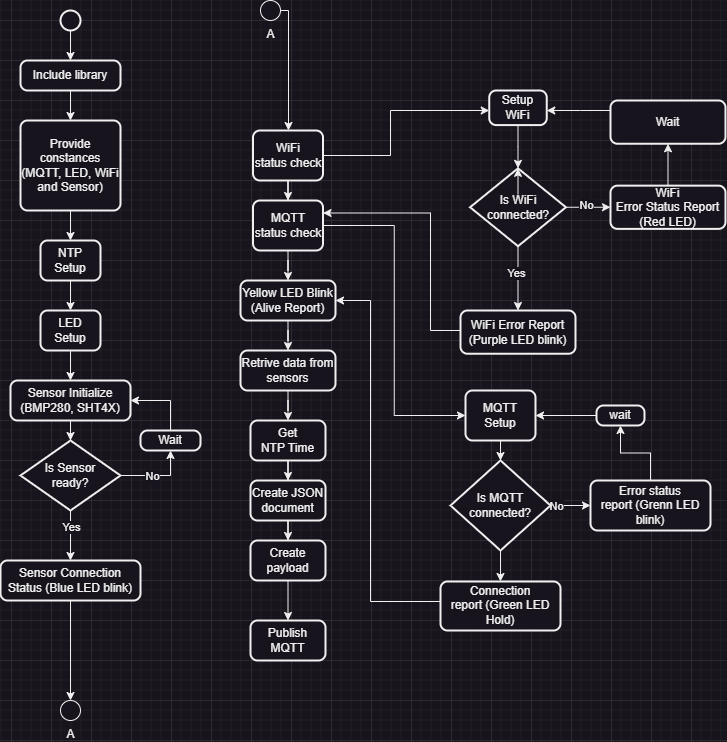
Before: resources/FlowIoT.drawio.png, a diagram exported from draw.io (SiriwatHuntra/iotclass67). Source tidied: cells renumbered, new cells last; positions are measured from the earlier drawing's top-left corner, leaving out a move shared by most shapes.
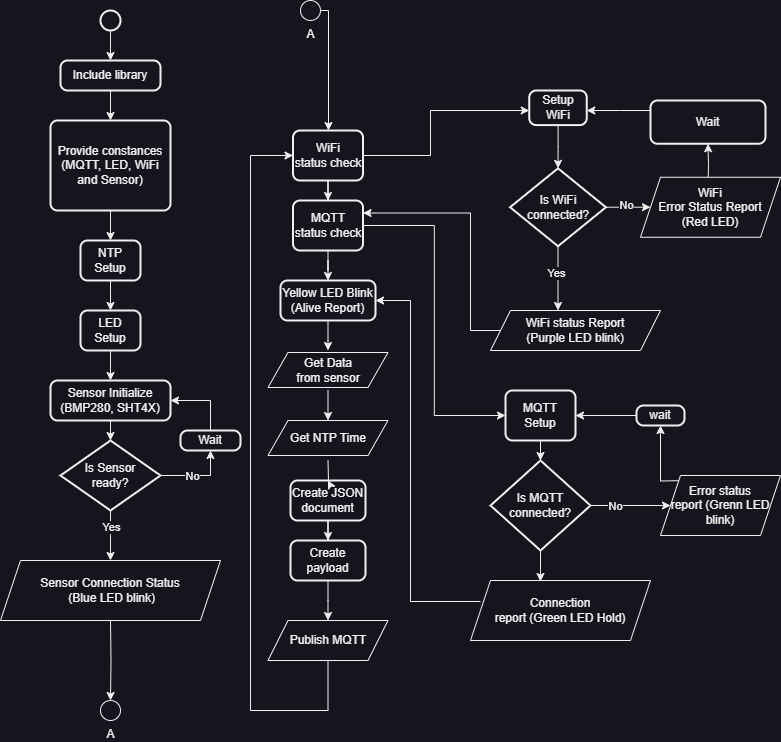
After the commit.

Commit message:
New flow pic

What changed in the source:
```diff
@@ -18,7 +18,7 @@
       <mxGeometry relative="1" as="geometry" />
     </mxCell>
     <mxCell id="7" value="Provide constances (MQTT, LED, WiFi and Sensor)" style="rounded=1;whiteSpace=wrap;html=1;absoluteArcSize=1;arcSize=14;strokeWidth=2;" parent="1" vertex="1">
-      <mxGeometry x="20" y="120" width="100" height="90" as="geometry" />
+      <mxGeometry x="10" y="120" width="120" height="90" as="geometry" />
     </mxCell>
     <mxCell id="8" style="edgeStyle=orthogonalEdgeStyle;rounded=0;jettySize=auto;html=1;" parent="1" edge="1" source="9" target="11">
       <mxGeometry relative="1" as="geometry" />
@@ -33,16 +33,15 @@
       <mxGeometry x="40" y="310" width="60" height="40" as="geometry" />
     </mxCell>
     <mxCell id="12" style="group;" parent="1" vertex="1">
-      <mxGeometry y="380" width="200" height="220" as="geometry" />
+      <mxGeometry y="380" width="200" height="240" as="geometry" />
     </mxCell>
     <mxCell id="13" value="Sensor Initialize (BMP280, SHT4X)" style="rounded=1;whiteSpace=wrap;html=1;absoluteArcSize=1;arcSize=14;strokeWidth=2;fontStyle=0;" parent="12" vertex="1">
       <mxGeometry x="10" width="120" height="40" as="geometry" />
     </mxCell>
-    <mxCell id="14" value="Sensor Connection Status (Blue LED blink)" style="rounded=1;whiteSpace=wrap;html=1;absoluteArcSize=1;arcSize=14;strokeWidth=2;fontStyle=0;" parent="12" vertex="1">
-      <mxGeometry y="180" width="140" height="40" as="geometry" />
-    </mxCell>
-    <mxCell id="15" style="edgeStyle=orthogonalEdgeStyle;rounded=0;jettySize=auto;html=1;fontStyle=0;" parent="12" edge="1" source="17" target="14">
-      <mxGeometry relative="1" as="geometry" />
+    <mxCell id="15" style="edgeStyle=orthogonalEdgeStyle;rounded=0;jettySize=auto;html=1;fontStyle=0;" parent="12" edge="1" source="17">
+      <mxGeometry relative="1" as="geometry">
+        <mxPoint x="70" y="180" as="targetPoint" />
+      </mxGeometry>
     </mxCell>
     <mxCell id="16" value="Yes" style="edgeLabel;html=1;align=center;verticalAlign=middle;fontStyle=0;" parent="15" vertex="1">
       <mxGeometry x="-0.37" relative="1" as="geometry" />
@@ -73,15 +72,12 @@
     <mxCell id="22" value="No" style="edgeLabel;html=1;align=center;verticalAlign=middle;" parent="21" vertex="1">
       <mxGeometry x="-0.18" relative="1" as="geometry" />
     </mxCell>
+    <mxCell id="14" value="Sensor Connection Status&lt;br&gt;&amp;nbsp;(Blue LED blink)" style="shape=parallelogram;perimeter=parallelogramPerimeter;whiteSpace=wrap;html=1;fixedSize=1;" parent="12" vertex="1">
+      <mxGeometry x="-40" y="180" width="220" height="60" as="geometry" />
+    </mxCell>
     <mxCell id="23" style="group;" parent="1" vertex="1">
       <mxGeometry x="440" y="390" width="240" height="330" as="geometry" />
     </mxCell>
-    <mxCell id="24" value="Error status&lt;br&gt;report (Grenn LED blink)" style="rounded=1;whiteSpace=wrap;html=1;absoluteArcSize=1;arcSize=14;strokeWidth=2;" parent="23" vertex="1">
-      <mxGeometry x="150" y="90" width="120" height="50" as="geometry" />
-    </mxCell>
-    <mxCell id="25" value="Connection&lt;br&gt;report (Green LED Hold)" style="rounded=1;whiteSpace=wrap;html=1;absoluteArcSize=1;arcSize=14;strokeWidth=2;" parent="23" vertex="1">
-      <mxGeometry y="191" width="120" height="49" as="geometry" />
-    </mxCell>
     <mxCell id="26" style="edgeStyle=orthogonalEdgeStyle;rounded=0;jettySize=auto;html=1;" parent="23" edge="1" source="29" target="24">
       <mxGeometry relative="1" as="geometry" />
     </mxCell>
@@ -90,8 +86,10 @@
         <mxPoint x="-15" y="2" as="offset" />
       </mxGeometry>
     </mxCell>
-    <mxCell id="28" style="edgeStyle=orthogonalEdgeStyle;rounded=0;jettySize=auto;html=1;" parent="23" edge="1" source="29" target="25">
-      <mxGeometry relative="1" as="geometry" />
+    <mxCell id="28" style="edgeStyle=orthogonalEdgeStyle;rounded=0;jettySize=auto;html=1;" parent="23" edge="1" source="29">
+      <mxGeometry relative="1" as="geometry">
+        <mxPoint x="60" y="191" as="targetPoint" />
+      </mxGeometry>
     </mxCell>
     <mxCell id="29" value="Is MQTT connected?" style="strokeWidth=2;html=1;shape=mxgraph.flowchart.decision;whiteSpace=wrap;" parent="23" vertex="1">
       <mxGeometry x="10" y="70" width="100" height="90" as="geometry" />
@@ -108,11 +106,19 @@
     <mxCell id="33" value="wait&lt;br&gt;" style="rounded=1;whiteSpace=wrap;html=1;absoluteArcSize=1;arcSize=14;strokeWidth=2;" parent="23" vertex="1">
       <mxGeometry x="156" y="15" width="48" height="20" as="geometry" />
     </mxCell>
-    <mxCell id="34" style="edgeStyle=orthogonalEdgeStyle;rounded=0;jettySize=auto;html=1;entryX=0.5;entryY=1;entryDx=0;entryDy=0;" parent="23" edge="1" source="24" target="33">
-      <mxGeometry relative="1" as="geometry" />
+    <mxCell id="34" style="edgeStyle=orthogonalEdgeStyle;rounded=0;jettySize=auto;html=1;entryX=0.5;entryY=1;entryDx=0;entryDy=0;" parent="23" edge="1" target="33">
+      <mxGeometry relative="1" as="geometry">
+        <mxPoint x="210" y="90" as="sourcePoint" />
+      </mxGeometry>
     </mxCell>
+    <mxCell id="24" value="Error status&lt;br&gt;report (Grenn LED blink)" style="shape=parallelogram;perimeter=parallelogramPerimeter;whiteSpace=wrap;html=1;fixedSize=1;" parent="23" vertex="1">
+      <mxGeometry x="180" y="85" width="120" height="60" as="geometry" />
+    </mxCell>
+    <mxCell id="25" value="Connection&lt;br&gt;report (Green LED Hold)" style="shape=parallelogram;perimeter=parallelogramPerimeter;whiteSpace=wrap;html=1;fixedSize=1;" parent="23" vertex="1">
+      <mxGeometry x="-10" y="190" width="180" height="60" as="geometry" />
+    </mxCell>
     <mxCell id="35" style="group;" parent="1" vertex="1">
-      <mxGeometry x="460" y="90" width="230" height="320" as="geometry" />
+      <mxGeometry x="460" y="90" width="280" height="320" as="geometry" />
     </mxCell>
     <mxCell id="36" style="edgeStyle=orthogonalEdgeStyle;rounded=0;jettySize=auto;html=1;" parent="35" edge="1" source="37" target="44">
       <mxGeometry relative="1" as="geometry" />
@@ -120,20 +126,18 @@
     <mxCell id="37" value="Setup WiFi" style="rounded=1;whiteSpace=wrap;html=1;absoluteArcSize=1;arcSize=14;strokeWidth=2;" parent="35" vertex="1">
       <mxGeometry x="28.8" width="57.5" height="34.6" as="geometry" />
     </mxCell>
-    <mxCell id="38" value="WiFi&lt;br&gt;Error Status Report&lt;br&gt;(Red LED)" style="rounded=1;whiteSpace=wrap;html=1;absoluteArcSize=1;arcSize=14;strokeWidth=2;" parent="35" vertex="1">
-      <mxGeometry x="150" y="95.1" width="115" height="43.2" as="geometry" />
-    </mxCell>
-    <mxCell id="39" value="WiFi Error Report&lt;br&gt;(Purple LED blink)" style="rounded=1;whiteSpace=wrap;html=1;absoluteArcSize=1;arcSize=14;strokeWidth=2;" parent="35" vertex="1">
-      <mxGeometry y="220" width="115" height="43.2" as="geometry" />
-    </mxCell>
-    <mxCell id="40" style="edgeStyle=orthogonalEdgeStyle;rounded=0;jettySize=auto;html=1;" parent="35" edge="1" source="44" target="39">
-      <mxGeometry relative="1" as="geometry" />
+    <mxCell id="40" style="edgeStyle=orthogonalEdgeStyle;rounded=0;jettySize=auto;html=1;" parent="35" edge="1" source="44">
+      <mxGeometry relative="1" as="geometry">
+        <mxPoint x="57.5" y="220" as="targetPoint" />
+      </mxGeometry>
     </mxCell>
     <mxCell id="41" value="Yes" style="edgeLabel;html=1;align=center;verticalAlign=middle;" parent="40" vertex="1">
       <mxGeometry x="-0.17" y="-2" relative="1" as="geometry" />
     </mxCell>
-    <mxCell id="42" style="edgeStyle=orthogonalEdgeStyle;rounded=0;jettySize=auto;html=1;" parent="35" edge="1" source="44" target="38">
-      <mxGeometry relative="1" as="geometry" />
+    <mxCell id="42" style="edgeStyle=orthogonalEdgeStyle;rounded=0;jettySize=auto;html=1;" parent="35" edge="1" source="44">
+      <mxGeometry relative="1" as="geometry">
+        <mxPoint x="150" y="116.7" as="targetPoint" />
+      </mxGeometry>
     </mxCell>
     <mxCell id="43" value="No" style="edgeLabel;html=1;align=center;verticalAlign=middle;" parent="42" vertex="1">
       <mxGeometry x="-0.1" y="2" relative="1" as="geometry" />
@@ -141,11 +145,6 @@
     <mxCell id="44" value="Is WiFi connected?" style="strokeWidth=2;html=1;shape=mxgraph.flowchart.decision;whiteSpace=wrap;" parent="35" vertex="1">
       <mxGeometry x="9.6" y="77.8" width="95.8" height="77.8" as="geometry" />
     </mxCell>
-    <mxCell id="45" style="edgeStyle=orthogonalEdgeStyle;rounded=0;jettySize=auto;html=1;entryX=0.5;entryY=0;entryDx=0;entryDy=0;entryPerimeter=0;" parent="35" edge="1" target="44">
-      <mxGeometry relative="1" as="geometry">
-        <mxPoint x="57.5" y="103.8" as="sourcePoint" />
-      </mxGeometry>
-    </mxCell>
     <mxCell id="46" style="edgeStyle=orthogonalEdgeStyle;rounded=0;jettySize=auto;html=1;" parent="35" edge="1" source="47" target="37">
       <mxGeometry relative="1" as="geometry">
         <Array as="points">
@@ -157,32 +156,41 @@
     <mxCell id="47" value="Wait" style="rounded=1;whiteSpace=wrap;html=1;absoluteArcSize=1;arcSize=14;strokeWidth=2;" parent="35" vertex="1">
       <mxGeometry x="150" y="10" width="115" height="43.2" as="geometry" />
     </mxCell>
-    <mxCell id="48" style="edgeStyle=orthogonalEdgeStyle;rounded=0;jettySize=auto;html=1;" parent="35" edge="1" source="38" target="47">
-      <mxGeometry relative="1" as="geometry" />
+    <mxCell id="48" style="edgeStyle=orthogonalEdgeStyle;rounded=0;jettySize=auto;html=1;" parent="35" edge="1" target="47">
+      <mxGeometry relative="1" as="geometry">
+        <mxPoint x="207.5" y="95.1" as="sourcePoint" />
+      </mxGeometry>
     </mxCell>
+    <mxCell id="38" value="WiFi&lt;br&gt;Error Status Report&lt;br&gt;(Red LED)" style="shape=parallelogram;perimeter=parallelogramPerimeter;whiteSpace=wrap;html=1;fixedSize=1;" parent="35" vertex="1">
+      <mxGeometry x="140" y="86.8" width="140" height="60" as="geometry" />
+    </mxCell>
+    <mxCell id="73" value="WiFi status Report&lt;br&gt;(Purple LED blink)" style="shape=parallelogram;perimeter=parallelogramPerimeter;whiteSpace=wrap;html=1;fixedSize=1;" parent="35" vertex="1">
+      <mxGeometry x="-10" y="220" width="170" height="40" as="geometry" />
+    </mxCell>
     <mxCell id="49" style="group;" parent="1" vertex="1">
-      <mxGeometry x="240" y="130" width="95" height="530" as="geometry" />
+      <mxGeometry x="240" y="130" width="140" height="550" as="geometry" />
     </mxCell>
-    <mxCell id="50" value="Get NTP&amp;nbsp;Time" style="rounded=1;whiteSpace=wrap;html=1;absoluteArcSize=1;arcSize=14;strokeWidth=2;" parent="49" vertex="1">
-      <mxGeometry x="10" y="290" width="75" height="40" as="geometry" />
-    </mxCell>
     <mxCell id="51" value="Yellow LED Blink&lt;br&gt;(Alive Report)" style="rounded=1;whiteSpace=wrap;html=1;absoluteArcSize=1;arcSize=14;strokeWidth=2;" parent="49" vertex="1">
       <mxGeometry y="150" width="95" height="40" as="geometry" />
     </mxCell>
-    <mxCell id="52" style="edgeStyle=orthogonalEdgeStyle;rounded=0;jettySize=auto;html=1;" parent="49" edge="1" source="53" target="50">
-      <mxGeometry relative="1" as="geometry" />
+    <mxCell id="52" style="edgeStyle=orthogonalEdgeStyle;rounded=0;orthogonalLoop=1;jettySize=auto;html=1;" parent="49" edge="1">
+      <mxGeometry relative="1" as="geometry">
+        <mxPoint x="47.5" y="260" as="sourcePoint" />
+        <mxPoint x="47.5" y="290" as="targetPoint" />
+      </mxGeometry>
     </mxCell>
-    <mxCell id="53" value="Retrive data from sensors" style="rounded=1;whiteSpace=wrap;html=1;absoluteArcSize=1;arcSize=14;strokeWidth=2;" parent="49" vertex="1">
-      <mxGeometry y="220" width="95" height="40" as="geometry" />
-    </mxCell>
-    <mxCell id="54" style="edgeStyle=orthogonalEdgeStyle;rounded=0;jettySize=auto;html=1;" parent="49" edge="1" source="51" target="53">
-      <mxGeometry relative="1" as="geometry" />
+    <mxCell id="54" style="edgeStyle=orthogonalEdgeStyle;rounded=0;jettySize=auto;html=1;" parent="49" edge="1" source="51">
+      <mxGeometry relative="1" as="geometry">
+        <mxPoint x="47.5" y="220" as="targetPoint" />
+      </mxGeometry>
     </mxCell>
     <mxCell id="55" value="Create JSON&lt;br&gt;document" style="rounded=1;whiteSpace=wrap;html=1;absoluteArcSize=1;arcSize=14;strokeWidth=2;" parent="49" vertex="1">
       <mxGeometry x="10" y="350" width="75" height="40" as="geometry" />
     </mxCell>
-    <mxCell id="56" style="edgeStyle=orthogonalEdgeStyle;rounded=0;jettySize=auto;html=1;" parent="49" edge="1" source="50" target="55">
-      <mxGeometry relative="1" as="geometry" />
+    <mxCell id="56" style="edgeStyle=orthogonalEdgeStyle;rounded=0;jettySize=auto;html=1;" parent="49" edge="1" target="55">
+      <mxGeometry relative="1" as="geometry">
+        <mxPoint x="47.5" y="330" as="sourcePoint" />
+      </mxGeometry>
     </mxCell>
     <mxCell id="57" value="Create payload" style="rounded=1;whiteSpace=wrap;html=1;absoluteArcSize=1;arcSize=14;strokeWidth=2;" parent="49" vertex="1">
       <mxGeometry x="10" y="410" width="75" height="40" as="geometry" />
@@ -190,11 +198,10 @@
     <mxCell id="58" style="edgeStyle=orthogonalEdgeStyle;rounded=0;jettySize=auto;html=1;" parent="49" edge="1" source="55" target="57">
       <mxGeometry relative="1" as="geometry" />
     </mxCell>
-    <mxCell id="59" value="Publish MQTT" style="rounded=1;whiteSpace=wrap;html=1;absoluteArcSize=1;arcSize=14;strokeWidth=2;" parent="49" vertex="1">
-      <mxGeometry x="10" y="490" width="75" height="40" as="geometry" />
-    </mxCell>
-    <mxCell id="60" style="edgeStyle=orthogonalEdgeStyle;rounded=0;jettySize=auto;html=1;" parent="49" edge="1" source="57" target="59">
-      <mxGeometry relative="1" as="geometry" />
+    <mxCell id="60" style="edgeStyle=orthogonalEdgeStyle;rounded=0;jettySize=auto;html=1;" parent="49" edge="1" source="57">
+      <mxGeometry relative="1" as="geometry">
+        <mxPoint x="47.5" y="490" as="targetPoint" />
+      </mxGeometry>
     </mxCell>
     <mxCell id="61" style="edgeStyle=orthogonalEdgeStyle;rounded=0;jettySize=auto;html=1;" parent="49" edge="1" source="62" target="51">
       <mxGeometry relative="1" as="geometry" />
@@ -208,6 +215,24 @@
     <mxCell id="64" value="WiFi&lt;br&gt;status check" style="rounded=1;whiteSpace=wrap;html=1;absoluteArcSize=1;arcSize=14;strokeWidth=2;" parent="49" vertex="1">
       <mxGeometry x="12.5" width="70" height="50" as="geometry" />
     </mxCell>
+    <mxCell id="74" style="edgeStyle=orthogonalEdgeStyle;rounded=0;jettySize=auto;html=1;" parent="49" edge="1" source="59" target="64">
+      <mxGeometry relative="1" as="geometry">
+        <Array as="points">
+          <mxPoint x="48" y="580" />
+          <mxPoint x="-30" y="580" />
+          <mxPoint x="-30" y="25" />
+        </Array>
+      </mxGeometry>
+    </mxCell>
+    <mxCell id="59" value="Publish MQTT" style="shape=parallelogram;perimeter=parallelogramPerimeter;whiteSpace=wrap;html=1;fixedSize=1;" parent="49" vertex="1">
+      <mxGeometry x="-12.5" y="490" width="120" height="40" as="geometry" />
+    </mxCell>
+    <mxCell id="75" value="Get Data &lt;br&gt;from sensor" style="shape=parallelogram;perimeter=parallelogramPerimeter;whiteSpace=wrap;html=1;fixedSize=1;" parent="49" vertex="1">
+      <mxGeometry x="-12.5" y="222" width="120" height="35" as="geometry" />
+    </mxCell>
+    <mxCell id="50" value="Get NTP&amp;nbsp;Time" style="shape=parallelogram;perimeter=parallelogramPerimeter;whiteSpace=wrap;html=1;fixedSize=1;" parent="49" vertex="1">
+      <mxGeometry x="-12.5" y="290" width="120" height="35" as="geometry" />
+    </mxCell>
     <mxCell id="65" style="edgeStyle=orthogonalEdgeStyle;rounded=0;jettySize=auto;html=1;entryX=0;entryY=0.5;entryDx=0;entryDy=0;" parent="1" edge="1" source="62" target="31">
       <mxGeometry relative="1" as="geometry" />
     </mxCell>
@@ -219,16 +244,18 @@
         </Array>
       </mxGeometry>
     </mxCell>
-    <mxCell id="67" style="edgeStyle=orthogonalEdgeStyle;rounded=0;jettySize=auto;html=1;entryX=1;entryY=0.25;entryDx=0;entryDy=0;" parent="1" edge="1" source="39" target="62">
+    <mxCell id="67" style="edgeStyle=orthogonalEdgeStyle;rounded=0;jettySize=auto;html=1;entryX=1;entryY=0.25;entryDx=0;entryDy=0;" parent="1" edge="1" target="62">
       <mxGeometry relative="1" as="geometry">
+        <mxPoint x="460" y="330" as="sourcePoint" />
         <Array as="points">
           <mxPoint x="430" y="330" />
           <mxPoint x="430" y="213" />
         </Array>
       </mxGeometry>
     </mxCell>
-    <mxCell id="68" style="edgeStyle=orthogonalEdgeStyle;rounded=0;jettySize=auto;html=1;entryX=1;entryY=0.5;entryDx=0;entryDy=0;" parent="1" edge="1" source="25" target="51">
+    <mxCell id="68" style="edgeStyle=orthogonalEdgeStyle;rounded=0;jettySize=auto;html=1;entryX=1;entryY=0.5;entryDx=0;entryDy=0;" parent="1" edge="1" target="51">
       <mxGeometry relative="1" as="geometry">
+        <mxPoint x="440" y="601" as="sourcePoint" />
         <Array as="points">
           <mxPoint x="370" y="601" />
           <mxPoint x="370" y="300" />
@@ -238,8 +265,10 @@
     <mxCell id="69" value="A" style="verticalLabelPosition=bottom;verticalAlign=top;html=1;shape=mxgraph.flowchart.on-page_reference;" parent="1" vertex="1">
       <mxGeometry x="60" y="700" width="20" height="20" as="geometry" />
     </mxCell>
-    <mxCell id="70" style="edgeStyle=orthogonalEdgeStyle;rounded=0;jettySize=auto;html=1;entryX=0.5;entryY=0;entryDx=0;entryDy=0;entryPerimeter=0;" parent="1" edge="1" source="14" target="69">
-      <mxGeometry relative="1" as="geometry" />
+    <mxCell id="70" style="edgeStyle=orthogonalEdgeStyle;rounded=0;jettySize=auto;html=1;entryX=0.5;entryY=0;entryDx=0;entryDy=0;entryPerimeter=0;" parent="1" edge="1" target="69">
+      <mxGeometry relative="1" as="geometry">
+        <mxPoint x="70" y="620" as="sourcePoint" />
+      </mxGeometry>
     </mxCell>
     <mxCell id="71" style="edgeStyle=orthogonalEdgeStyle;rounded=0;jettySize=auto;html=1;" parent="1" edge="1" source="72" target="64">
       <mxGeometry relative="1" as="geometry">
```
